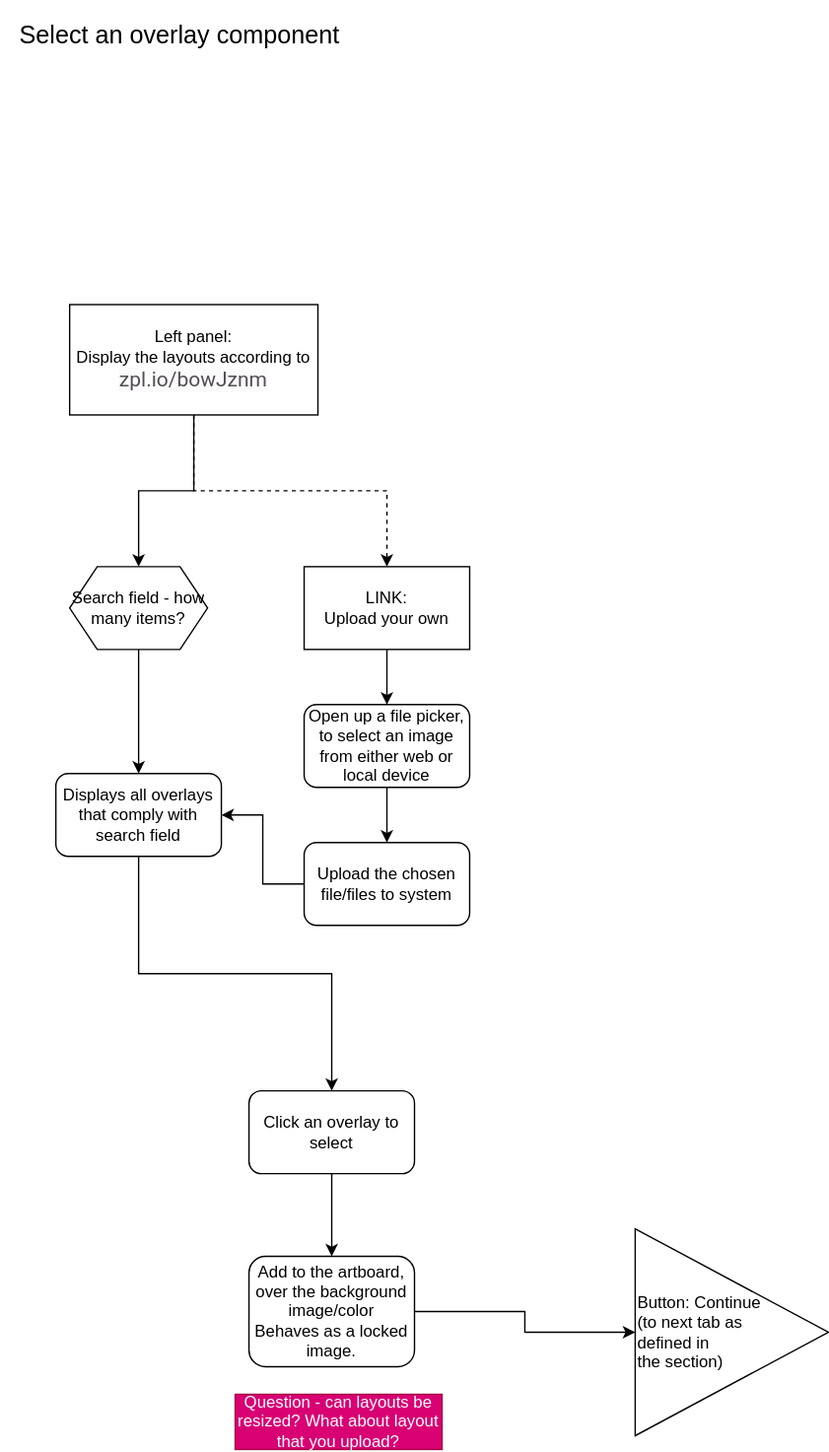
Before: modules/components/select-overlay.drawio.svg, a diagram exported from draw.io (ji-devs/ji-cloud-flowcharts). Source tidied: cells renumbered, new cells last; positions are measured from the earlier drawing's top-left corner, leaving out a move shared by most shapes.
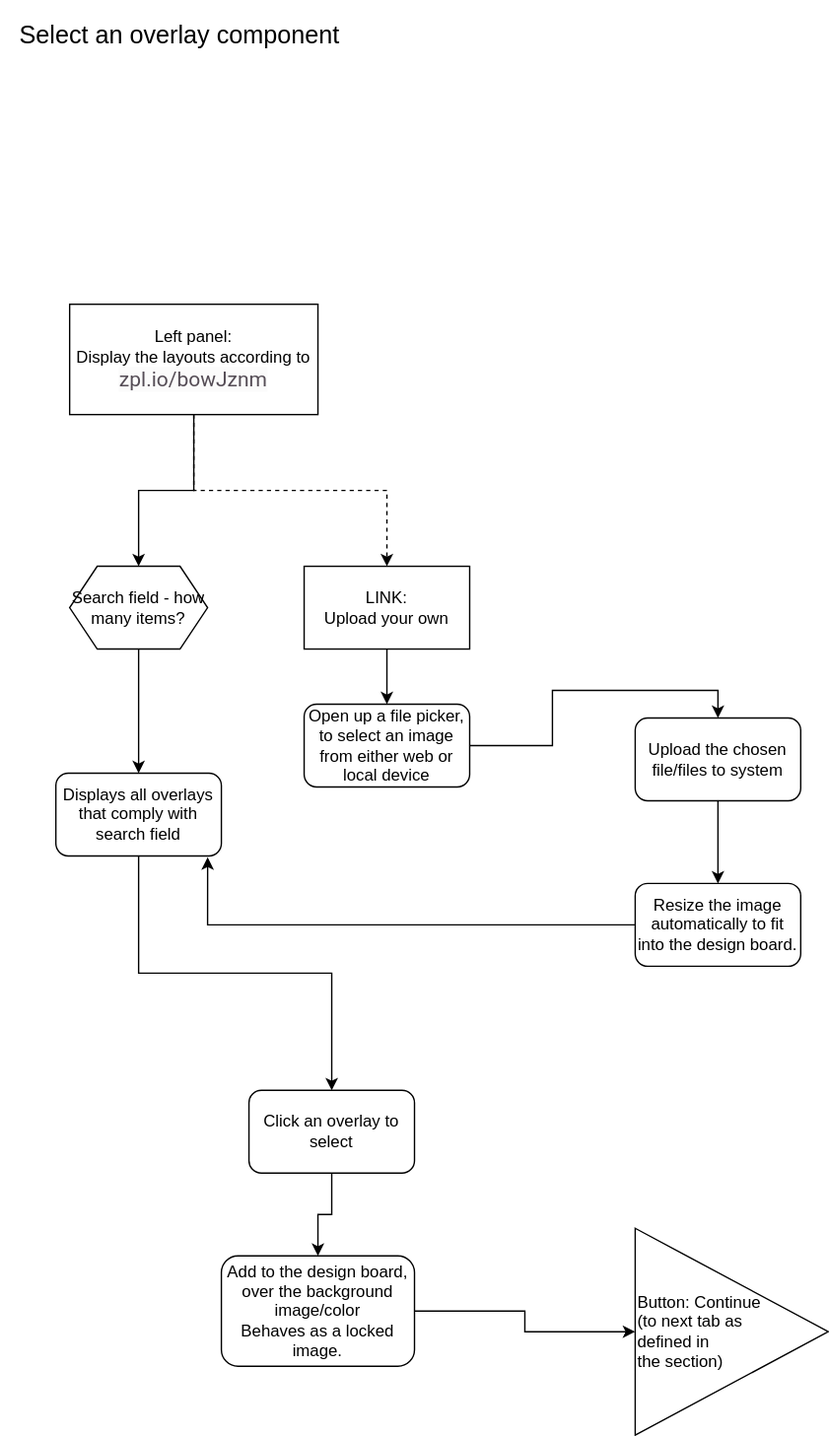
The same file after the commit.

Diff of the diagram source:
```diff
@@ -35,11 +35,11 @@
     <mxCell id="12" value="Open up a file picker, to select an image from either web or local device" style="rounded=1;whiteSpace=wrap;html=1;" parent="1" vertex="1">
       <mxGeometry x="220" y="510" width="120" height="60" as="geometry" />
     </mxCell>
-    <mxCell id="13" style="edgeStyle=orthogonalEdgeStyle;rounded=0;jettySize=auto;html=1;entryX=1;entryY=0.5;entryDx=0;entryDy=0;" parent="1" edge="1" source="14" target="16">
-      <mxGeometry relative="1" as="geometry" />
-    </mxCell>
+    <mxCell id="22" style="edgeStyle=orthogonalEdgeStyle;rounded=0;jettySize=auto;html=1;" parent="1" edge="1" source="14" target="24">
+      <mxGeometry relative="1" as="geometry" />
+    </mxCell>
     <mxCell id="14" value="Upload the chosen file/files to system" style="rounded=1;whiteSpace=wrap;html=1;" parent="1" vertex="1">
-      <mxGeometry x="220" y="610" width="120" height="60" as="geometry" />
+      <mxGeometry x="460" y="520" width="120" height="60" as="geometry" />
     </mxCell>
     <mxCell id="15" style="edgeStyle=orthogonalEdgeStyle;rounded=0;jettySize=auto;html=1;exitX=0.5;exitY=1;exitDx=0;exitDy=0;entryX=0.5;entryY=0;entryDx=0;entryDy=0;" parent="1" edge="1" source="16" target="18">
       <mxGeometry relative="1" as="geometry" />
@@ -56,11 +56,14 @@
     <mxCell id="19" style="edgeStyle=orthogonalEdgeStyle;rounded=0;jettySize=auto;html=1;entryX=0;entryY=0.5;entryDx=0;entryDy=0;" parent="1" edge="1" source="20" target="6">
       <mxGeometry relative="1" as="geometry" />
     </mxCell>
-    <mxCell id="20" value="Add to the artboard, over the background image/color&lt;br&gt;Behaves as a locked image." style="rounded=1;whiteSpace=wrap;html=1;" parent="1" vertex="1">
-      <mxGeometry x="180" y="910" width="120" height="80" as="geometry" />
+    <mxCell id="20" value="Add to the design board, over the background image/color&lt;br&gt;Behaves as a locked image." style="rounded=1;whiteSpace=wrap;html=1;" parent="1" vertex="1">
+      <mxGeometry x="160" y="910" width="140" height="80" as="geometry" />
     </mxCell>
-    <mxCell id="21" value="Question - can layouts be resized? What about layout that you upload?" style="text;html=1;strokeColor=#A50040;fillColor=#d80073;align=center;verticalAlign=middle;whiteSpace=wrap;rounded=0;fontColor=#ffffff;" parent="1" vertex="1">
-      <mxGeometry x="170" y="1010" width="150" height="40" as="geometry" />
-    </mxCell>
+    <mxCell id="23" style="edgeStyle=orthogonalEdgeStyle;rounded=0;jettySize=auto;html=1;entryX=0.917;entryY=1.017;entryDx=0;entryDy=0;entryPerimeter=0;" parent="1" edge="1" source="24" target="16">
+      <mxGeometry relative="1" as="geometry" />
+    </mxCell>
+    <mxCell id="24" value="Resize the image automatically to fit into the design board." style="whiteSpace=wrap;html=1;rounded=1;" parent="1" vertex="1">
+      <mxGeometry x="460" y="640" width="120" height="60" as="geometry" />
+    </mxCell>
   </root>
 </mxGraphModel>
```
